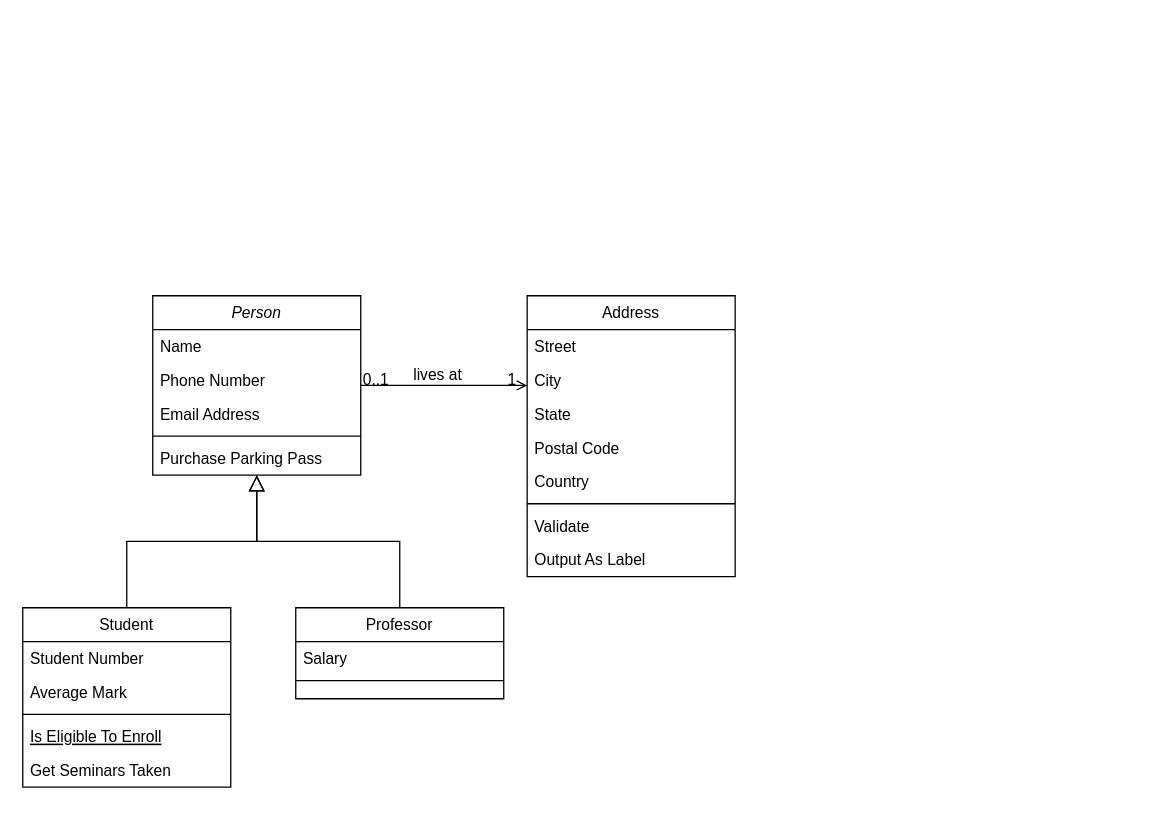
The draw.io diagram Biểu đồ không có tiêu đề.drawio in ngocminhle180304/TNXH, before the edit. Source tidied: cells renumbered, new cells numbered last; positions are measured from the earlier drawing's top-left corner, leaving out a move shared by most shapes. Both pictures are drawn from the tidied source at 130%, with x=0, y=0 at pixel (22, 295).
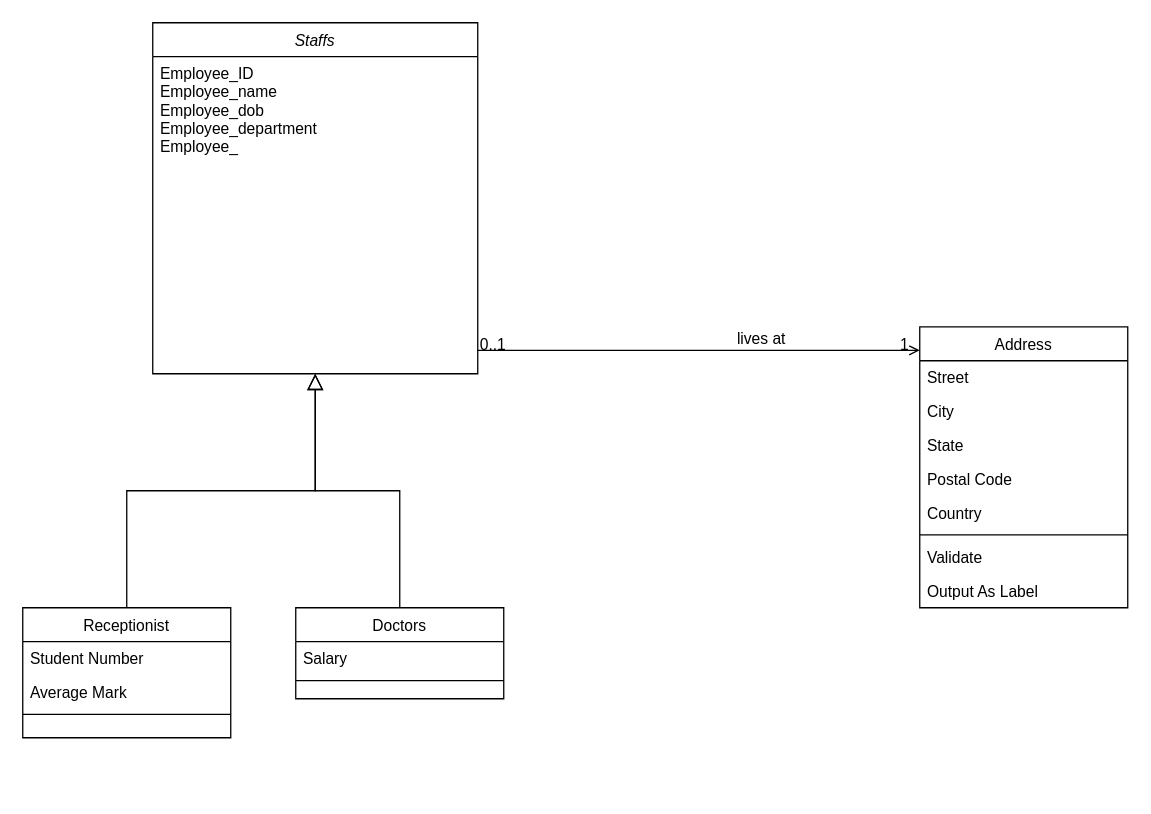
The same diagram, later.

Commit message:
Cập nhật Biểu đồ không có tiêu đề.drawio

Diff of the diagram source:
```diff
@@
-    <mxCell id="2" value="Person" style="swimlane;fontStyle=2;align=center;verticalAlign=top;horizontal=1;startSize=26;rounded=0;shadow=0;strokeWidth=1;" parent="1" vertex="1">
-      <mxGeometry x="100" width="160" height="138" as="geometry" />
+    <mxCell id="2" value="Staffs" style="swimlane;fontStyle=2;align=center;verticalAlign=top;horizontal=1;startSize=26;rounded=0;shadow=0;strokeWidth=1;" parent="1" vertex="1">
+      <mxGeometry x="100" y="-210" width="250" height="270" as="geometry" />
     </mxCell>
-    <mxCell id="3" value="Name" style="text;align=left;verticalAlign=top;spacingLeft=4;spacingRight=4;overflow=hidden;" parent="2" vertex="1">
-      <mxGeometry y="26" width="160" height="26" as="geometry" />
+    <mxCell id="3" value="Employee_ID&#10;Employee_name&#10;Employee_dob&#10;Employee_department&#10;Employee_" style="text;align=left;verticalAlign=top;spacingLeft=4;spacingRight=4;overflow=hidden;" parent="2" vertex="1">
+      <mxGeometry y="26" width="250" height="244" as="geometry" />
     </mxCell>
-    <mxCell id="4" value="Phone Number" style="text;align=left;verticalAlign=top;spacingLeft=4;spacingRight=4;overflow=hidden;rounded=0;shadow=0;html=0;" parent="2" vertex="1">
-      <mxGeometry y="52" width="160" height="26" as="geometry" />
-    </mxCell>
-    <mxCell id="5" value="Email Address" style="text;align=left;verticalAlign=top;spacingLeft=4;spacingRight=4;overflow=hidden;rounded=0;shadow=0;html=0;" parent="2" vertex="1">
-      <mxGeometry y="78" width="160" height="26" as="geometry" />
-    </mxCell>
-    <mxCell id="6" style="line;html=1;strokeWidth=1;align=left;verticalAlign=middle;spacingTop=-1;spacingLeft=3;spacingRight=3;labelPosition=right;" parent="2" vertex="1">
-      <mxGeometry y="104" width="160" height="8" as="geometry" />
-    </mxCell>
-    <mxCell id="7" value="Purchase Parking Pass" style="text;align=left;verticalAlign=top;spacingLeft=4;spacingRight=4;overflow=hidden;" parent="2" vertex="1">
-      <mxGeometry y="112" width="160" height="26" as="geometry" />
-    </mxCell>
-    <mxCell id="8" value="Student" style="swimlane;fontStyle=0;align=center;verticalAlign=top;horizontal=1;startSize=26;rounded=0;shadow=0;strokeWidth=1;" parent="1" vertex="1">
-      <mxGeometry y="240" width="160" height="138" as="geometry" />
+    <mxCell id="8" value="Receptionist" style="swimlane;fontStyle=0;align=center;verticalAlign=top;horizontal=1;startSize=26;rounded=0;shadow=0;strokeWidth=1;" parent="1" vertex="1">
+      <mxGeometry y="240" width="160" height="100" as="geometry" />
     </mxCell>
@@
-    <mxCell id="12" value="Is Eligible To Enroll" style="text;align=left;verticalAlign=top;spacingLeft=4;spacingRight=4;overflow=hidden;fontStyle=4;" parent="8" vertex="1">
-      <mxGeometry y="86" width="160" height="26" as="geometry" />
-    </mxCell>
-    <mxCell id="13" value="Get Seminars Taken" style="text;align=left;verticalAlign=top;spacingLeft=4;spacingRight=4;overflow=hidden;" parent="8" vertex="1">
-      <mxGeometry y="112" width="160" height="26" as="geometry" />
-    </mxCell>
@@
-    <mxCell id="15" value="Professor" style="swimlane;fontStyle=0;align=center;verticalAlign=top;horizontal=1;startSize=26;rounded=0;shadow=0;strokeWidth=1;" parent="1" vertex="1">
+    <mxCell id="15" value="Doctors" style="swimlane;fontStyle=0;align=center;verticalAlign=top;horizontal=1;startSize=26;rounded=0;shadow=0;strokeWidth=1;" parent="1" vertex="1">
       <mxGeometry x="210" y="240" width="160" height="70" as="geometry" />
     </mxCell>
@@
     <mxCell id="19" value="Address" style="swimlane;fontStyle=0;align=center;verticalAlign=top;horizontal=1;startSize=26;rounded=0;shadow=0;strokeWidth=1;" parent="1" vertex="1">
-      <mxGeometry x="388" width="160" height="216" as="geometry" />
+      <mxGeometry x="690" y="24" width="160" height="216" as="geometry" />
     </mxCell>
```
